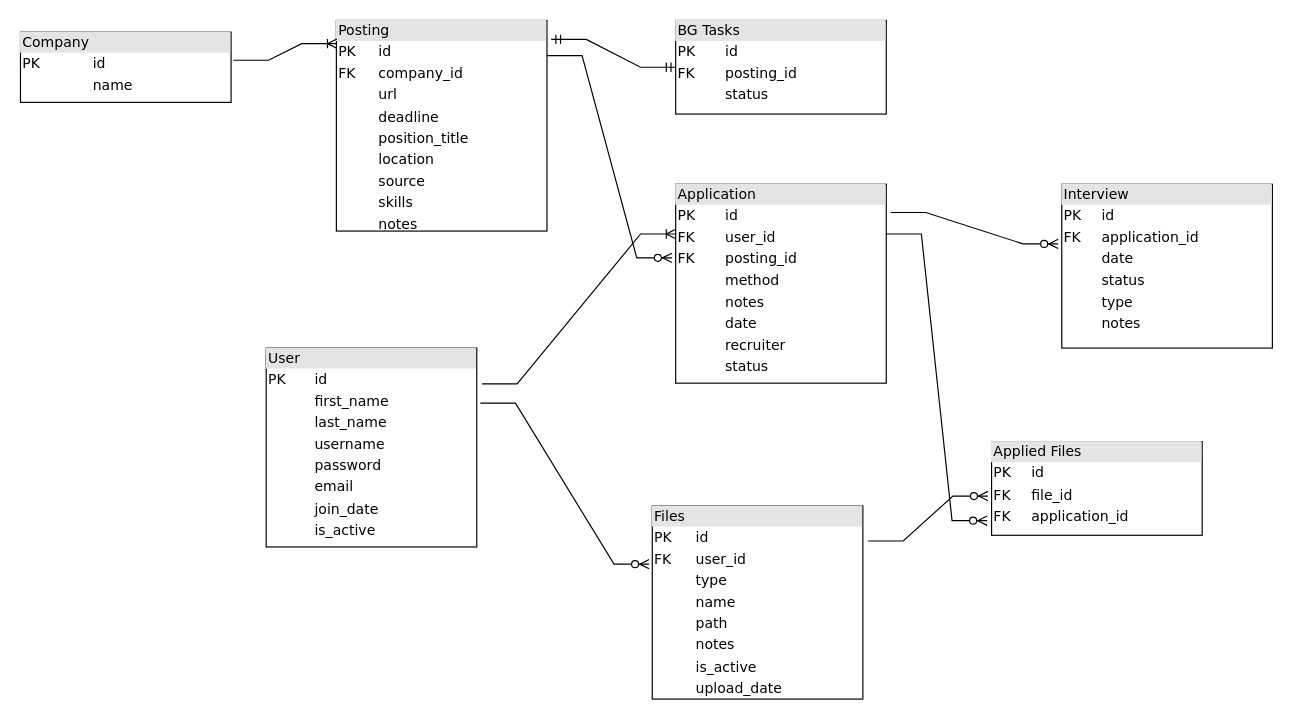
This is docs/uml.drawio from VanessaKang/JAppTrack, a draw.io file, before an edit. Source tidied: cells renumbered, new cells numbered last; positions are measured from the earlier drawing's top-left corner, leaving out a move shared by most shapes. Both pictures are drawn from the tidied source at 117%, with x=0, y=0 at pixel (20, 20).
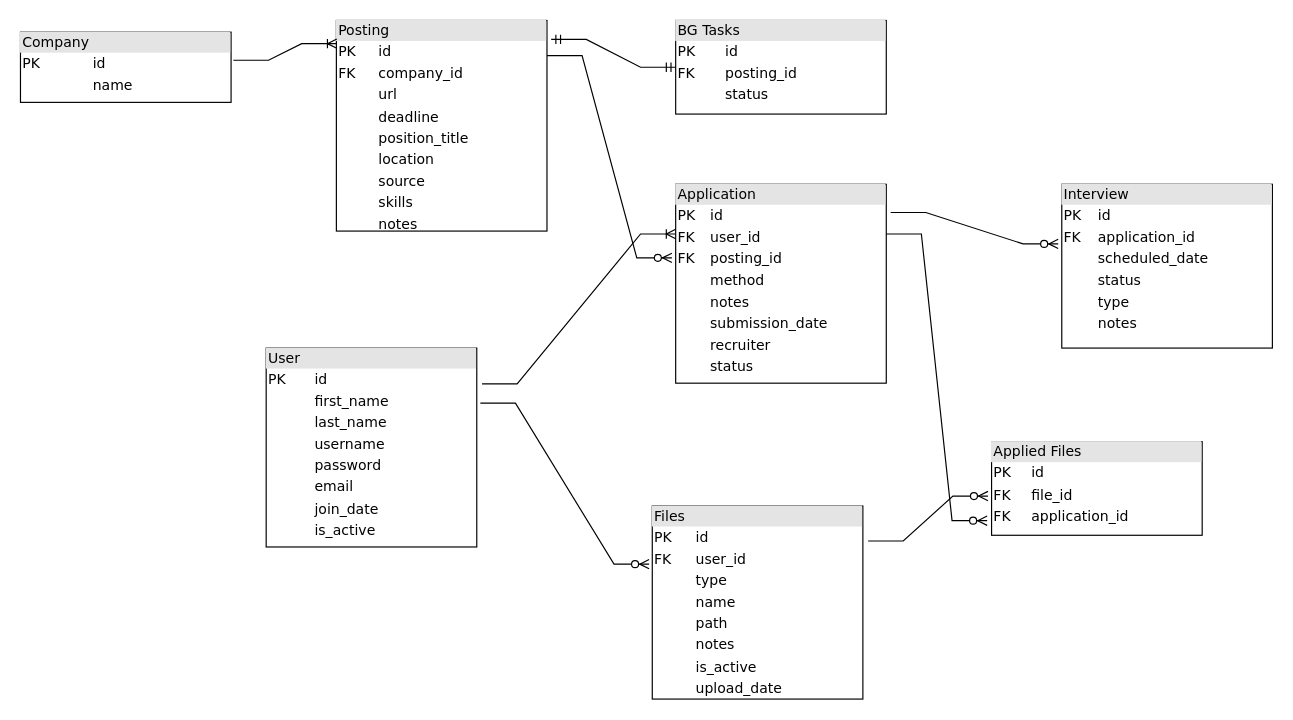
After the change.

Commit message:
Modified Application Models date column to submission date and  Interview Models column to scheduled_date

What changed in the source:
```diff
@@
-    <mxCell id="2" value="&lt;div style=&quot;box-sizing: border-box ; width: 100% ; background: #e4e4e4 ; padding: 2px&quot;&gt;Application&lt;/div&gt;&lt;table style=&quot;width: 100% ; font-size: 1em&quot; cellspacing=&quot;0&quot; cellpadding=&quot;2&quot;&gt;&lt;tbody&gt;&lt;tr&gt;&lt;td&gt;PK&lt;/td&gt;&lt;td&gt;id&lt;br&gt;&lt;/td&gt;&lt;/tr&gt;&lt;tr&gt;&lt;td&gt;FK&lt;br&gt;&lt;/td&gt;&lt;td&gt;user_id&lt;br&gt;&lt;/td&gt;&lt;/tr&gt;&lt;tr&gt;&lt;td&gt;FK&lt;br&gt;&lt;/td&gt;&lt;td&gt;posting_id&lt;br&gt;&lt;/td&gt;&lt;/tr&gt;&lt;tr&gt;&lt;td&gt;&lt;br&gt;&lt;/td&gt;&lt;td&gt;method&lt;br&gt;&lt;/td&gt;&lt;/tr&gt;&lt;tr&gt;&lt;td&gt;&lt;br&gt;&lt;/td&gt;&lt;td&gt;notes&lt;br&gt;&lt;/td&gt;&lt;/tr&gt;&lt;tr&gt;&lt;td&gt;&lt;br&gt;&lt;/td&gt;&lt;td&gt;date&lt;br&gt;&lt;/td&gt;&lt;/tr&gt;&lt;tr&gt;&lt;td&gt;&lt;br&gt;&lt;/td&gt;&lt;td&gt;recruiter&lt;br&gt;&lt;/td&gt;&lt;/tr&gt;&lt;tr&gt;&lt;td&gt;&lt;br&gt;&lt;/td&gt;&lt;td&gt;status&lt;br&gt;&lt;/td&gt;&lt;/tr&gt;&lt;/tbody&gt;&lt;/table&gt;" style="verticalAlign=top;align=left;overflow=fill;html=1;rounded=0;shadow=0;comic=0;labelBackgroundColor=none;strokeWidth=1;fontFamily=Verdana;fontSize=12;fontColor=#030303;" parent="1" vertex="1">
+    <mxCell id="2" value="&lt;div style=&quot;box-sizing: border-box ; width: 100% ; background: #e4e4e4 ; padding: 2px&quot;&gt;Application&lt;/div&gt;&lt;table style=&quot;width: 100% ; font-size: 1em&quot; cellspacing=&quot;0&quot; cellpadding=&quot;2&quot;&gt;&lt;tbody&gt;&lt;tr&gt;&lt;td&gt;PK&lt;/td&gt;&lt;td&gt;id&lt;br&gt;&lt;/td&gt;&lt;/tr&gt;&lt;tr&gt;&lt;td&gt;FK&lt;br&gt;&lt;/td&gt;&lt;td&gt;user_id&lt;br&gt;&lt;/td&gt;&lt;/tr&gt;&lt;tr&gt;&lt;td&gt;FK&lt;br&gt;&lt;/td&gt;&lt;td&gt;posting_id&lt;br&gt;&lt;/td&gt;&lt;/tr&gt;&lt;tr&gt;&lt;td&gt;&lt;br&gt;&lt;/td&gt;&lt;td&gt;method&lt;br&gt;&lt;/td&gt;&lt;/tr&gt;&lt;tr&gt;&lt;td&gt;&lt;br&gt;&lt;/td&gt;&lt;td&gt;notes&lt;br&gt;&lt;/td&gt;&lt;/tr&gt;&lt;tr&gt;&lt;td&gt;&lt;br&gt;&lt;/td&gt;&lt;td&gt;submission_date&lt;br&gt;&lt;/td&gt;&lt;/tr&gt;&lt;tr&gt;&lt;td&gt;&lt;br&gt;&lt;/td&gt;&lt;td&gt;recruiter&lt;br&gt;&lt;/td&gt;&lt;/tr&gt;&lt;tr&gt;&lt;td&gt;&lt;br&gt;&lt;/td&gt;&lt;td&gt;status&lt;br&gt;&lt;/td&gt;&lt;/tr&gt;&lt;/tbody&gt;&lt;/table&gt;" style="verticalAlign=top;align=left;overflow=fill;html=1;rounded=0;shadow=0;comic=0;labelBackgroundColor=none;strokeWidth=1;fontFamily=Verdana;fontSize=12;fontColor=#030303;" parent="1" vertex="1">
       <mxGeometry x="560" y="140" width="180" height="170" as="geometry" />
     </mxCell>
@@
-    <mxCell id="6" value="&lt;div style=&quot;box-sizing:border-box;width:100%;background:#e4e4e4;padding:2px;&quot;&gt;Interview&lt;/div&gt;&lt;table style=&quot;width:100%;font-size:1em;&quot; cellspacing=&quot;0&quot; cellpadding=&quot;2&quot;&gt;&lt;tbody&gt;&lt;tr&gt;&lt;td&gt;PK&lt;/td&gt;&lt;td&gt;id&lt;/td&gt;&lt;/tr&gt;&lt;tr&gt;&lt;td&gt;FK&lt;/td&gt;&lt;td&gt;application_id&lt;/td&gt;&lt;/tr&gt;&lt;tr&gt;&lt;td&gt;&lt;br&gt;&lt;/td&gt;&lt;td&gt;date&lt;br&gt;&lt;/td&gt;&lt;/tr&gt;&lt;tr&gt;&lt;td&gt;&lt;br&gt;&lt;/td&gt;&lt;td&gt;status&lt;br&gt;&lt;/td&gt;&lt;/tr&gt;&lt;tr&gt;&lt;td&gt;&lt;br&gt;&lt;/td&gt;&lt;td&gt;type&lt;br&gt;&lt;/td&gt;&lt;/tr&gt;&lt;tr&gt;&lt;td&gt;&lt;br&gt;&lt;/td&gt;&lt;td&gt;notes&lt;br&gt;&lt;/td&gt;&lt;/tr&gt;&lt;tr&gt;&lt;td&gt;&lt;br&gt;&lt;/td&gt;&lt;td&gt;&lt;br&gt;&lt;/td&gt;&lt;/tr&gt;&lt;/tbody&gt;&lt;/table&gt;" style="verticalAlign=top;align=left;overflow=fill;html=1;rounded=0;shadow=0;comic=0;labelBackgroundColor=none;strokeWidth=1;fontFamily=Verdana;fontSize=12;fontColor=#030303;" parent="1" vertex="1">
+    <mxCell id="6" value="&lt;div style=&quot;box-sizing: border-box ; width: 100% ; background: #e4e4e4 ; padding: 2px&quot;&gt;Interview&lt;/div&gt;&lt;table style=&quot;width: 100% ; font-size: 1em&quot; cellspacing=&quot;0&quot; cellpadding=&quot;2&quot;&gt;&lt;tbody&gt;&lt;tr&gt;&lt;td&gt;PK&lt;/td&gt;&lt;td&gt;id&lt;/td&gt;&lt;/tr&gt;&lt;tr&gt;&lt;td&gt;FK&lt;/td&gt;&lt;td&gt;application_id&lt;/td&gt;&lt;/tr&gt;&lt;tr&gt;&lt;td&gt;&lt;br&gt;&lt;/td&gt;&lt;td&gt;scheduled_date&lt;br&gt;&lt;/td&gt;&lt;/tr&gt;&lt;tr&gt;&lt;td&gt;&lt;br&gt;&lt;/td&gt;&lt;td&gt;status&lt;br&gt;&lt;/td&gt;&lt;/tr&gt;&lt;tr&gt;&lt;td&gt;&lt;br&gt;&lt;/td&gt;&lt;td&gt;type&lt;br&gt;&lt;/td&gt;&lt;/tr&gt;&lt;tr&gt;&lt;td&gt;&lt;br&gt;&lt;/td&gt;&lt;td&gt;notes&lt;br&gt;&lt;/td&gt;&lt;/tr&gt;&lt;tr&gt;&lt;td&gt;&lt;br&gt;&lt;/td&gt;&lt;td&gt;&lt;br&gt;&lt;/td&gt;&lt;/tr&gt;&lt;/tbody&gt;&lt;/table&gt;" style="verticalAlign=top;align=left;overflow=fill;html=1;rounded=0;shadow=0;comic=0;labelBackgroundColor=none;strokeWidth=1;fontFamily=Verdana;fontSize=12;fontColor=#030303;" parent="1" vertex="1">
       <mxGeometry x="890" y="140" width="180" height="140" as="geometry" />
     </mxCell>
```
